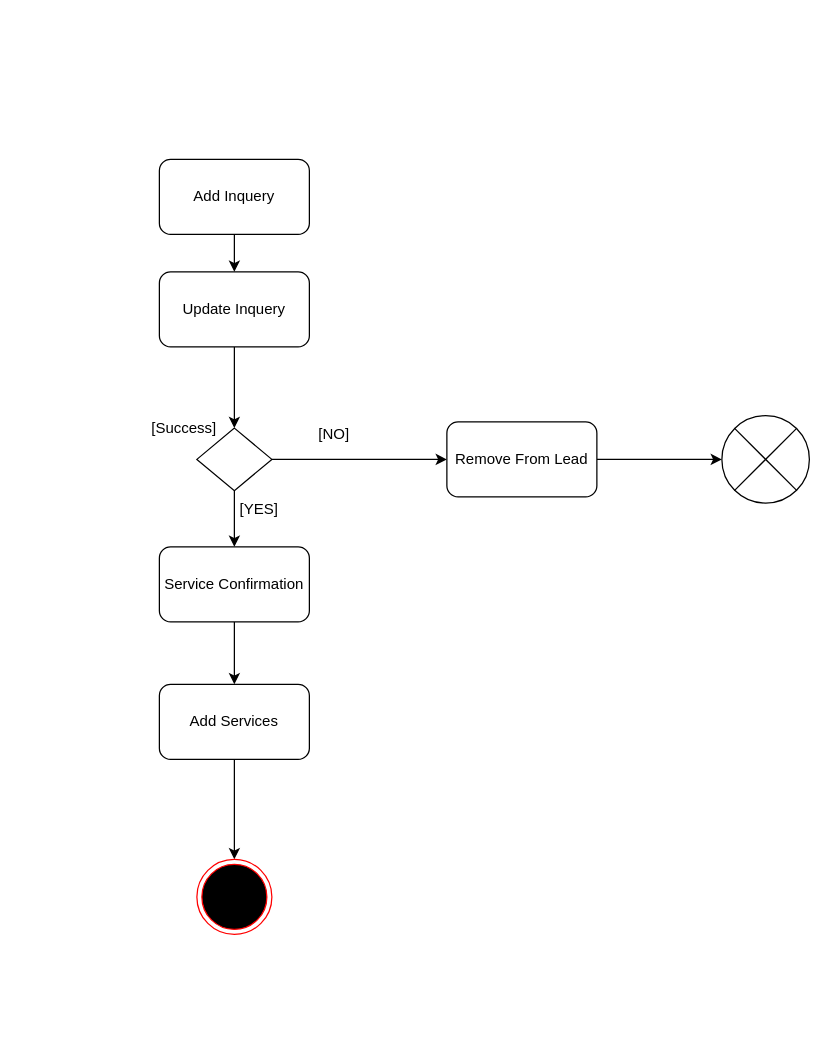
Above: page "lead" (1 of 3) of activity.drawio in leancer/AH-Docs (draw.io), before the change. Source tidied: cells renumbered, new cells numbered last; positions are measured from the earlier drawing's top-left corner, leaving out a move shared by most shapes. Both pictures are drawn from the tidied source at 125%, with x=0, y=0 at pixel (159, 159).
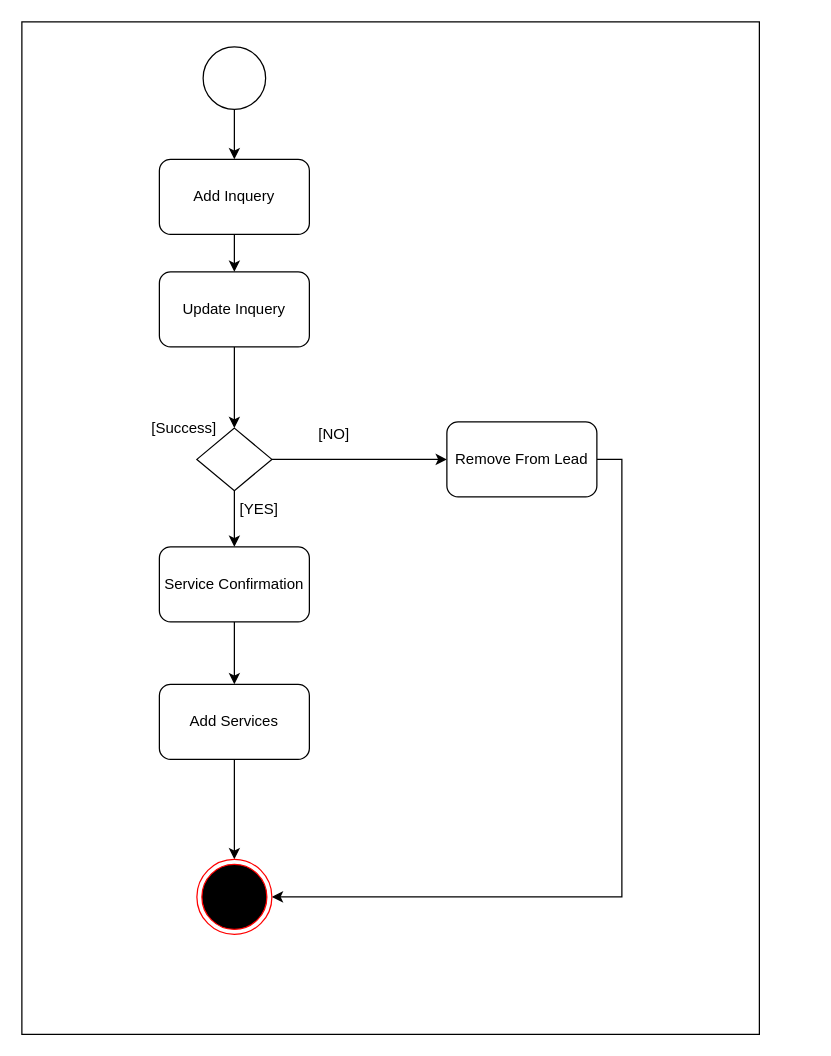
Above is the later version.

The change refers to these unchanged cells:
```xml
<mxCell id="3" value="Add Inquery" style="rounded=1;whiteSpace=wrap;html=1;" parent="1" vertex="1">
  <mxGeometry width="120" height="60" as="geometry" />
</mxCell>
<mxCell id="11" value="Remove From Lead" style="rounded=1;whiteSpace=wrap;html=1;" parent="1" vertex="1">
  <mxGeometry x="230" y="210" width="120" height="60" as="geometry" />
</mxCell>
<mxCell id="19" style="ellipse;html=1;shape=endState;fillColor=#000000;strokeColor=#ff0000;" parent="1" vertex="1">
  <mxGeometry x="30" y="560" width="60" height="60" as="geometry" />
</mxCell>
```

The edit, as a diff of the source:
```diff
@@
-    <mxCell id="10" style="edgeStyle=orthogonalEdgeStyle;rounded=0;jettySize=auto;html=1;" parent="1" edge="1" source="11" target="12">
-      <mxGeometry relative="1" as="geometry" />
-    </mxCell>
+    <mxCell id="20" style="edgeStyle=orthogonalEdgeStyle;rounded=0;jettySize=auto;html=1;exitX=1;exitY=0.5;exitDx=0;exitDy=0;entryX=1;entryY=0.5;entryDx=0;entryDy=0;" parent="1" edge="1" source="11" target="19">
+      <mxGeometry relative="1" as="geometry" />
+    </mxCell>
@@
-    <mxCell id="12" style="verticalLabelPosition=bottom;verticalAlign=top;html=1;shape=mxgraph.flowchart.or;" parent="1" vertex="1">
-      <mxGeometry x="450" y="205" width="70" height="70" as="geometry" />
-    </mxCell>
@@
+    <mxCell id="21" style="whiteSpace=wrap;html=1;fillColor=none;" parent="1" vertex="1">
+      <mxGeometry x="-110" y="-110" width="590" height="810" as="geometry" />
+    </mxCell>
+    <mxCell id="22" style="edgeStyle=orthogonalEdgeStyle;rounded=0;jettySize=auto;html=1;exitX=0.5;exitY=1;exitDx=0;exitDy=0;entryX=0.5;entryY=0;entryDx=0;entryDy=0;" parent="1" edge="1" source="23" target="3">
+      <mxGeometry relative="1" as="geometry" />
+    </mxCell>
+    <mxCell id="23" style="shape=mxgraph.bpmn.shape;html=1;verticalLabelPosition=bottom;labelBackgroundColor=#ffffff;verticalAlign=top;align=center;perimeter=ellipsePerimeter;outlineConnect=0;outline=standard;symbol=general;fillColor=none;" parent="1" vertex="1">
+      <mxGeometry x="35" y="-90" width="50" height="50" as="geometry" />
+    </mxCell>
```
